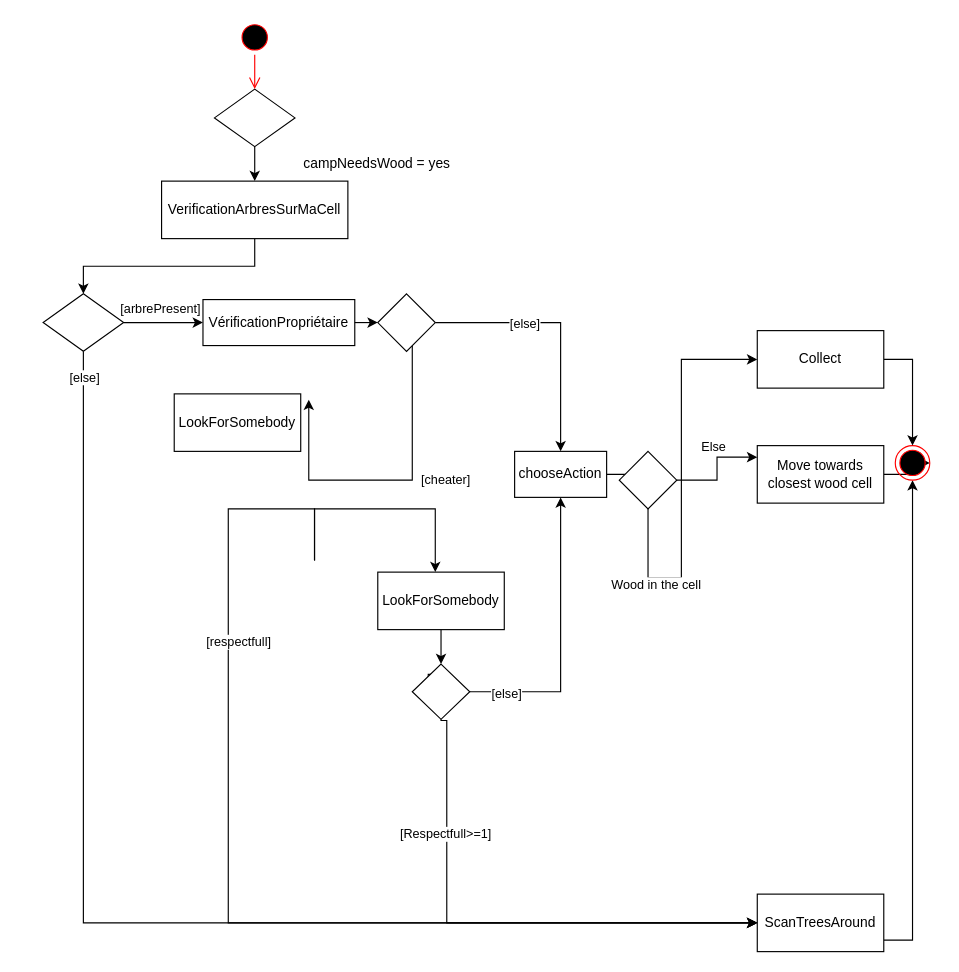
The draw.io diagram page "Page-5" (5 of 7) of DundiV0.drawio in panchovdl/DundiModel, before the edit. Source tidied: cells renumbered, new cells numbered last; positions are measured from the earlier drawing's top-left corner, leaving out a move shared by most shapes. Both pictures are drawn from the tidied source at 115%, with x=0, y=0 at pixel (43, 20).
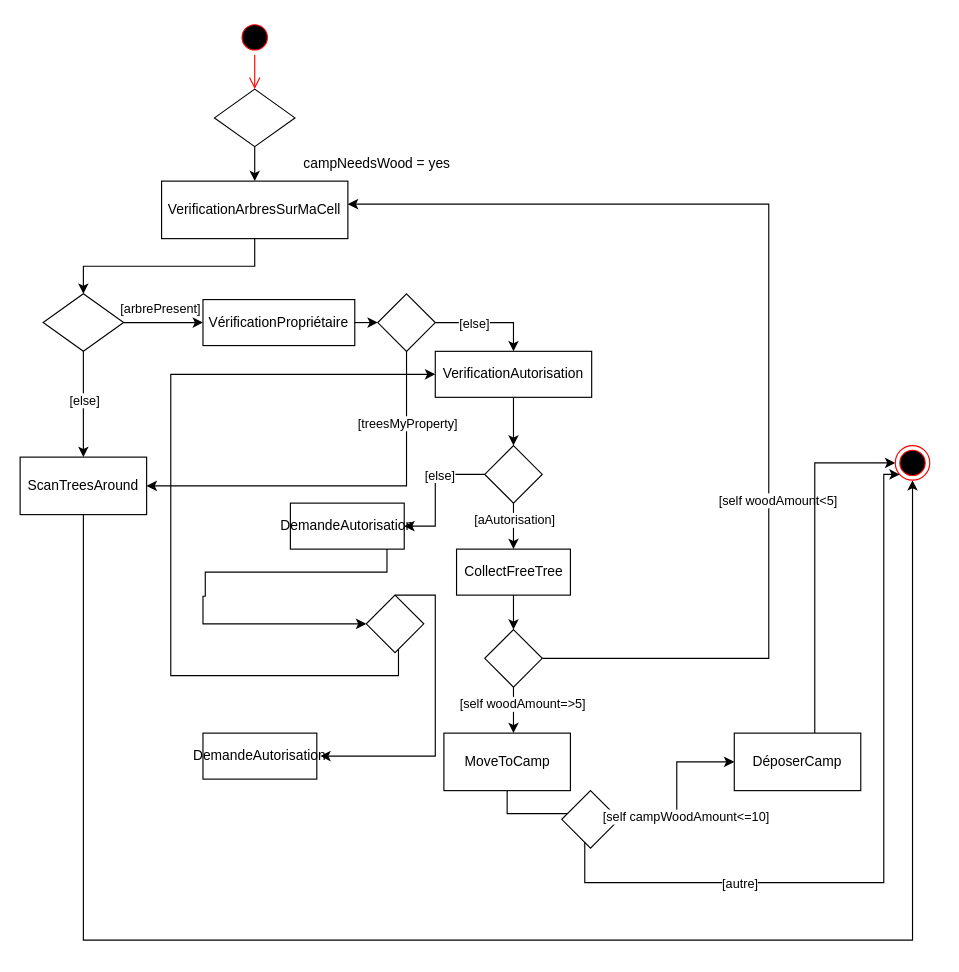
Above is the later version.

Commit message (it also covers changes not shown here):
Mettre à jour DundiV0.drawio

Unchanged cells that the change refers to:
```xml
<mxCell id="6" style="rhombus;whiteSpace=wrap;html=1;" parent="1" vertex="1">
  <mxGeometry y="238" width="70" height="50" as="geometry" />
</mxCell>
<mxCell id="8" value="VerificationArbresSurMaCell" style="html=1;whiteSpace=wrap;" parent="1" vertex="1">
  <mxGeometry x="103" y="140" width="162" height="50" as="geometry" />
</mxCell>
<mxCell id="17" style="ellipse;html=1;shape=endState;fillColor=#000000;strokeColor=#ff0000;" parent="1" vertex="1">
  <mxGeometry x="741" y="370" width="30" height="30" as="geometry" />
</mxCell>
<mxCell id="25" style="rhombus;whiteSpace=wrap;html=1;" parent="1" vertex="1">
  <mxGeometry x="291" y="238" width="50" height="50" as="geometry" />
</mxCell>
```

What changed in the source:
```diff
@@
     <mxCell id="2" style="edgeStyle=orthogonalEdgeStyle;rounded=0;jettySize=auto;html=1;" parent="1" edge="1" source="6" target="12">
       <mxGeometry relative="1" as="geometry">
         <Array as="points">
-          <mxPoint x="35" y="785" />
+          <mxPoint x="35" y="360" />
+          <mxPoint x="35" y="360" />
         </Array>
       </mxGeometry>
     </mxCell>
     <mxCell id="3" value="[else]" style="edgeLabel;html=1;align=center;verticalAlign=middle;" parent="2" vertex="1">
-      <mxGeometry x="-0.96" relative="1" as="geometry" />
+      <mxGeometry x="-0.96" relative="1" as="geometry">
+        <mxPoint y="40" as="offset" />
+      </mxGeometry>
     </mxCell>
@@
-    <mxCell id="9" style="edgeStyle=orthogonalEdgeStyle;rounded=0;jettySize=auto;html=1;" parent="1" edge="1" source="10" target="17">
+    <mxCell id="9" style="edgeStyle=orthogonalEdgeStyle;rounded=0;jettySize=auto;html=1;" parent="1" edge="1" source="10" target="51">
       <mxGeometry relative="1" as="geometry" />
     </mxCell>
-    <mxCell id="10" value="Move towards closest wood cell" style="html=1;whiteSpace=wrap;" parent="1" vertex="1">
-      <mxGeometry x="621" y="370" width="110" height="50" as="geometry" />
+    <mxCell id="10" value="MoveToCamp" style="html=1;whiteSpace=wrap;" parent="1" vertex="1">
+      <mxGeometry x="348.5" y="620" width="110" height="50" as="geometry" />
     </mxCell>
@@
     <mxCell id="12" value="ScanTreesAround" style="html=1;whiteSpace=wrap;" parent="1" vertex="1">
-      <mxGeometry x="621" y="760" width="110" height="50" as="geometry" />
+      <mxGeometry x="-20" y="380" width="110" height="50" as="geometry" />
     </mxCell>
@@
-    <mxCell id="16" value="chooseAction" style="html=1;whiteSpace=wrap;" parent="1" vertex="1">
-      <mxGeometry x="410" y="375" width="80" height="40" as="geometry" />
+    <mxCell id="16" value="CollectFreeTree" style="html=1;whiteSpace=wrap;" parent="1" vertex="1">
+      <mxGeometry x="359.5" y="460" width="99" height="40" as="geometry" />
     </mxCell>
@@
-    <mxCell id="18" style="edgeStyle=orthogonalEdgeStyle;rounded=0;jettySize=auto;html=1;" parent="1" edge="1" source="19" target="41">
-      <mxGeometry relative="1" as="geometry" />
-    </mxCell>
-    <mxCell id="19" value="LookForSomebody" style="html=1;whiteSpace=wrap;" parent="1" vertex="1">
-      <mxGeometry x="291" y="480" width="110" height="50" as="geometry" />
-    </mxCell>
@@
-    <mxCell id="22" style="edgeStyle=orthogonalEdgeStyle;rounded=0;jettySize=auto;html=1;" parent="1" edge="1" source="25">
+    <mxCell id="22" style="edgeStyle=orthogonalEdgeStyle;rounded=0;jettySize=auto;html=1;" parent="1" edge="1" source="25" target="12">
       <mxGeometry relative="1" as="geometry">
-        <mxPoint x="231" y="330" as="targetPoint" />
         <Array as="points">
-          <mxPoint x="321" y="400" />
+          <mxPoint x="316" y="405" />
         </Array>
       </mxGeometry>
     </mxCell>
+    <mxCell id="47" value="[treesMyProperty]" style="edgeLabel;html=1;align=center;verticalAlign=middle;" parent="22" vertex="1">
+      <mxGeometry x="-0.81" y="1" relative="1" as="geometry">
+        <mxPoint x="-1" y="29" as="offset" />
+      </mxGeometry>
+    </mxCell>
-    <mxCell id="23" style="edgeStyle=orthogonalEdgeStyle;rounded=0;jettySize=auto;html=1;exitX=1;exitY=0.5;exitDx=0;exitDy=0;" parent="1" edge="1" source="25" target="16">
+    <mxCell id="23" style="edgeStyle=orthogonalEdgeStyle;rounded=0;jettySize=auto;html=1;exitX=1;exitY=0.5;exitDx=0;exitDy=0;" parent="1" edge="1" source="25" target="58">
       <mxGeometry relative="1" as="geometry" />
     </mxCell>
@@
-    <mxCell id="26" style="edgeStyle=orthogonalEdgeStyle;rounded=0;jettySize=auto;html=1;" parent="1" edge="1" source="41" target="16">
-      <mxGeometry relative="1" as="geometry" />
-    </mxCell>
-    <mxCell id="27" value="[else]" style="edgeLabel;html=1;align=center;verticalAlign=middle;" parent="26" vertex="1">
-      <mxGeometry x="-0.74" y="-1" relative="1" as="geometry">
-        <mxPoint x="-1" as="offset" />
-      </mxGeometry>
-    </mxCell>
-    <mxCell id="28" style="edgeStyle=orthogonalEdgeStyle;rounded=0;jettySize=auto;html=1;" parent="1" edge="1" target="12">
-      <mxGeometry relative="1" as="geometry">
-        <mxPoint x="346" y="608" as="sourcePoint" />
-        <Array as="points">
-          <mxPoint x="351" y="609" />
-          <mxPoint x="351" y="785" />
-        </Array>
-      </mxGeometry>
-    </mxCell>
-    <mxCell id="29" value="[Respectfull&amp;gt;=1]" style="edgeLabel;html=1;align=center;verticalAlign=middle;" parent="28" vertex="1">
-      <mxGeometry x="-0.54" y="-2" relative="1" as="geometry" />
-    </mxCell>
-    <mxCell id="30" style="edgeStyle=orthogonalEdgeStyle;rounded=0;jettySize=auto;html=1;" parent="1" edge="1" target="19">
-      <mxGeometry relative="1" as="geometry">
-        <mxPoint x="236" y="470" as="sourcePoint" />
-        <Array as="points">
-          <mxPoint x="341" y="425" />
-        </Array>
-      </mxGeometry>
-    </mxCell>
-    <mxCell id="31" style="edgeStyle=orthogonalEdgeStyle;rounded=0;jettySize=auto;html=1;" parent="1" edge="1" target="12">
-      <mxGeometry relative="1" as="geometry">
-        <mxPoint x="236" y="470" as="sourcePoint" />
-        <Array as="points">
-          <mxPoint x="161" y="425" />
-          <mxPoint x="161" y="785" />
-        </Array>
-      </mxGeometry>
-    </mxCell>
-    <mxCell id="32" value="[cheater]" style="edgeLabel;html=1;align=center;verticalAlign=middle;" parent="31" vertex="1">
-      <mxGeometry x="-0.88" y="1" relative="1" as="geometry">
-        <mxPoint x="124" y="-27" as="offset" />
-      </mxGeometry>
-    </mxCell>
-    <mxCell id="33" style="edgeStyle=orthogonalEdgeStyle;rounded=0;jettySize=auto;html=1;" parent="1" edge="1" source="37" target="10">
-      <mxGeometry relative="1" as="geometry">
-        <Array as="points">
-          <mxPoint x="586" y="400" />
-          <mxPoint x="586" y="380" />
-        </Array>
-      </mxGeometry>
-    </mxCell>
-    <mxCell id="34" value="Else" style="edgeLabel;html=1;align=center;verticalAlign=middle;" parent="33" vertex="1">
-      <mxGeometry x="-0.49" y="-2" relative="1" as="geometry">
-        <mxPoint x="8" y="-32" as="offset" />
-      </mxGeometry>
-    </mxCell>
-    <mxCell id="35" style="edgeStyle=orthogonalEdgeStyle;rounded=0;jettySize=auto;html=1;" parent="1" edge="1" source="37" target="39">
-      <mxGeometry relative="1" as="geometry">
-        <Array as="points">
-          <mxPoint x="555" y="485" />
-        </Array>
-      </mxGeometry>
-    </mxCell>
-    <mxCell id="36" value="Wood in the cell" style="edgeLabel;html=1;align=center;verticalAlign=middle;" parent="35" vertex="1">
-      <mxGeometry x="-0.66" relative="1" as="geometry">
-        <mxPoint x="6" y="6" as="offset" />
-      </mxGeometry>
-    </mxCell>
     <mxCell id="37" style="rhombus;whiteSpace=wrap;html=1;" parent="1" vertex="1">
-      <mxGeometry x="501" y="375" width="50" height="50" as="geometry" />
+      <mxGeometry x="384" y="530" width="50" height="50" as="geometry" />
     </mxCell>
-    <mxCell id="38" style="edgeStyle=orthogonalEdgeStyle;rounded=0;jettySize=auto;html=1;" parent="1" edge="1" source="39" target="17">
-      <mxGeometry relative="1" as="geometry" />
-    </mxCell>
-    <mxCell id="39" value="Collect" style="html=1;whiteSpace=wrap;" parent="1" vertex="1">
-      <mxGeometry x="621" y="270" width="110" height="50" as="geometry" />
-    </mxCell>
-    <mxCell id="40" style="edgeStyle=orthogonalEdgeStyle;rounded=0;jettySize=auto;html=1;" parent="1" edge="1" target="41">
-      <mxGeometry relative="1" as="geometry">
-        <mxPoint x="334.4" y="588.9" as="sourcePoint" />
-      </mxGeometry>
-    </mxCell>
-    <mxCell id="41" style="rhombus;whiteSpace=wrap;html=1;" parent="1" vertex="1">
-      <mxGeometry x="321" y="560" width="50" height="48" as="geometry" />
-    </mxCell>
@@
-    <mxCell id="43" value="[respectfull]" style="edgeLabel;html=1;align=center;verticalAlign=middle;" parent="1" vertex="1">
-      <mxGeometry x="169" y="540" as="geometry" />
-    </mxCell>
@@
-    <mxCell id="46" value="LookForSomebody" style="html=1;whiteSpace=wrap;" parent="1" vertex="1">
-      <mxGeometry x="114" y="325" width="110" height="50" as="geometry" />
-    </mxCell>
+    <mxCell id="33" style="edgeStyle=orthogonalEdgeStyle;rounded=0;jettySize=auto;html=1;" parent="1" edge="1" source="37" target="10">
+      <mxGeometry relative="1" as="geometry">
+        <Array as="points">
+          <mxPoint x="431" y="630" />
+        </Array>
+      </mxGeometry>
+    </mxCell>
+    <mxCell id="48" value="[self woodAmount=&amp;gt;5]" style="edgeLabel;html=1;align=center;verticalAlign=middle;" parent="33" vertex="1">
+      <mxGeometry x="-0.3" relative="1" as="geometry">
+        <mxPoint x="7" as="offset" />
+      </mxGeometry>
+    </mxCell>
+    <mxCell id="49" style="edgeStyle=orthogonalEdgeStyle;rounded=0;jettySize=auto;html=1;" parent="1" edge="1" source="37" target="8">
+      <mxGeometry relative="1" as="geometry">
+        <Array as="points">
+          <mxPoint x="631" y="555" />
+          <mxPoint x="631" y="160" />
+        </Array>
+      </mxGeometry>
+    </mxCell>
+    <mxCell id="50" value="[self woodAmount&amp;lt;5]" style="edgeLabel;html=1;align=center;verticalAlign=middle;" parent="49" vertex="1">
+      <mxGeometry x="-0.3" relative="1" as="geometry">
+        <mxPoint x="7" as="offset" />
+      </mxGeometry>
+    </mxCell>
+    <mxCell id="51" style="rhombus;whiteSpace=wrap;html=1;" parent="1" vertex="1">
+      <mxGeometry x="451" y="670" width="50" height="50" as="geometry" />
+    </mxCell>
+    <mxCell id="52" value="DéposerCamp" style="html=1;whiteSpace=wrap;" parent="1" vertex="1">
+      <mxGeometry x="601" y="620" width="110" height="50" as="geometry" />
+    </mxCell>
+    <mxCell id="53" style="edgeStyle=orthogonalEdgeStyle;rounded=0;jettySize=auto;html=1;" parent="1" edge="1" source="51" target="52">
+      <mxGeometry relative="1" as="geometry" />
+    </mxCell>
+    <mxCell id="54" value="[self campWoodAmount&amp;lt;=10]" style="edgeLabel;html=1;align=center;verticalAlign=middle;" parent="53" vertex="1">
+      <mxGeometry x="-0.3" relative="1" as="geometry">
+        <mxPoint x="7" as="offset" />
+      </mxGeometry>
+    </mxCell>
+    <mxCell id="55" style="edgeStyle=orthogonalEdgeStyle;rounded=0;jettySize=auto;html=1;" parent="1" edge="1" source="52" target="17">
+      <mxGeometry relative="1" as="geometry">
+        <Array as="points">
+          <mxPoint x="671" y="385" />
+        </Array>
+      </mxGeometry>
+    </mxCell>
+    <mxCell id="56" style="edgeStyle=orthogonalEdgeStyle;rounded=0;jettySize=auto;html=1;" parent="1" edge="1" source="51" target="17">
+      <mxGeometry relative="1" as="geometry">
+        <Array as="points">
+          <mxPoint x="471" y="750" />
+          <mxPoint x="731" y="750" />
+          <mxPoint x="731" y="395" />
+        </Array>
+      </mxGeometry>
+    </mxCell>
+    <mxCell id="57" value="[autre]" style="edgeLabel;html=1;align=center;verticalAlign=middle;" parent="56" vertex="1">
+      <mxGeometry x="-0.49" relative="1" as="geometry" />
+    </mxCell>
+    <mxCell id="58" value="VerificationAutorisation" style="html=1;whiteSpace=wrap;" parent="1" vertex="1">
+      <mxGeometry x="341" y="288" width="136" height="40" as="geometry" />
+    </mxCell>
+    <mxCell id="59" style="rhombus;whiteSpace=wrap;html=1;" parent="1" vertex="1">
+      <mxGeometry x="384" y="370" width="50" height="50" as="geometry" />
+    </mxCell>
+    <mxCell id="60" style="edgeStyle=orthogonalEdgeStyle;rounded=0;jettySize=auto;html=1;" parent="1" edge="1" source="58" target="59">
+      <mxGeometry relative="1" as="geometry" />
+    </mxCell>
+    <mxCell id="61" style="edgeStyle=orthogonalEdgeStyle;rounded=0;jettySize=auto;html=1;" parent="1" edge="1" source="59" target="16">
+      <mxGeometry relative="1" as="geometry" />
+    </mxCell>
+    <mxCell id="62" value="[aAutorisation]" style="edgeLabel;html=1;align=center;verticalAlign=middle;" parent="61" vertex="1">
+      <mxGeometry x="-0.3" relative="1" as="geometry" />
+    </mxCell>
+    <mxCell id="63" style="edgeStyle=orthogonalEdgeStyle;rounded=0;jettySize=auto;html=1;" parent="1" edge="1" source="59" target="64">
+      <mxGeometry relative="1" as="geometry">
+        <Array as="points">
+          <mxPoint x="341" y="395" />
+        </Array>
+      </mxGeometry>
+    </mxCell>
+    <mxCell id="27" value="[else]" style="edgeLabel;html=1;align=center;verticalAlign=middle;" parent="63" vertex="1">
+      <mxGeometry x="-0.3" relative="1" as="geometry" />
+    </mxCell>
+    <mxCell id="64" value="DemandeAutorisation" style="html=1;whiteSpace=wrap;" parent="1" vertex="1">
+      <mxGeometry x="215" y="420" width="99" height="40" as="geometry" />
+    </mxCell>
+    <mxCell id="65" style="rhombus;whiteSpace=wrap;html=1;" parent="1" vertex="1">
+      <mxGeometry x="281" y="500" width="50" height="50" as="geometry" />
+    </mxCell>
+    <mxCell id="66" style="edgeStyle=orthogonalEdgeStyle;rounded=0;jettySize=auto;html=1;" parent="1" edge="1" source="64" target="65">
+      <mxGeometry relative="1" as="geometry">
+        <Array as="points">
+          <mxPoint x="299" y="480" />
+          <mxPoint x="141" y="480" />
+          <mxPoint x="141" y="501" />
+          <mxPoint x="139" y="501" />
+          <mxPoint x="139" y="525" />
+        </Array>
+      </mxGeometry>
+    </mxCell>
+    <mxCell id="67" style="edgeStyle=orthogonalEdgeStyle;rounded=0;jettySize=auto;html=1;" parent="1" edge="1" source="65" target="58">
+      <mxGeometry relative="1" as="geometry">
+        <Array as="points">
+          <mxPoint x="309" y="525" />
+          <mxPoint x="309" y="570" />
+          <mxPoint x="111" y="570" />
+          <mxPoint x="111" y="308" />
+        </Array>
+      </mxGeometry>
+    </mxCell>
+    <mxCell id="68" style="edgeStyle=orthogonalEdgeStyle;rounded=0;jettySize=auto;html=1;" parent="1" edge="1" source="65">
+      <mxGeometry relative="1" as="geometry">
+        <mxPoint x="241" y="640" as="targetPoint" />
+        <Array as="points">
+          <mxPoint x="341" y="500" />
+          <mxPoint x="341" y="640" />
+        </Array>
+      </mxGeometry>
+    </mxCell>
+    <mxCell id="69" value="DemandeAutorisation" style="html=1;whiteSpace=wrap;" parent="1" vertex="1">
+      <mxGeometry x="139" y="620" width="99" height="40" as="geometry" />
+    </mxCell>
```
